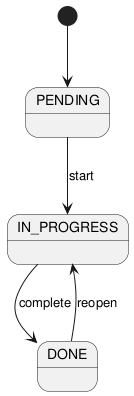
Before: experiments/broadcast/user_stories/TODO/artifacts/state_diagram.png, a diagram exported from PlantUML (DanielRiha8906/Software_autoevolution_using_agents).
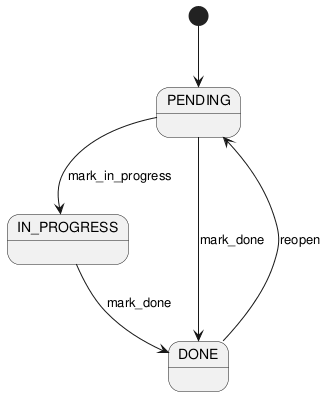
After the change.

Diff of the diagram source:
```diff
@@ -2,8 +2,9 @@
 
 [*] --> PENDING
 
-PENDING --> IN_PROGRESS : start
-IN_PROGRESS --> DONE : complete
-DONE --> IN_PROGRESS : reopen
+PENDING --> IN_PROGRESS : mark_in_progress
+IN_PROGRESS --> DONE : mark_done
+PENDING --> DONE : mark_done
+DONE --> PENDING : reopen
 
 @enduml
```
